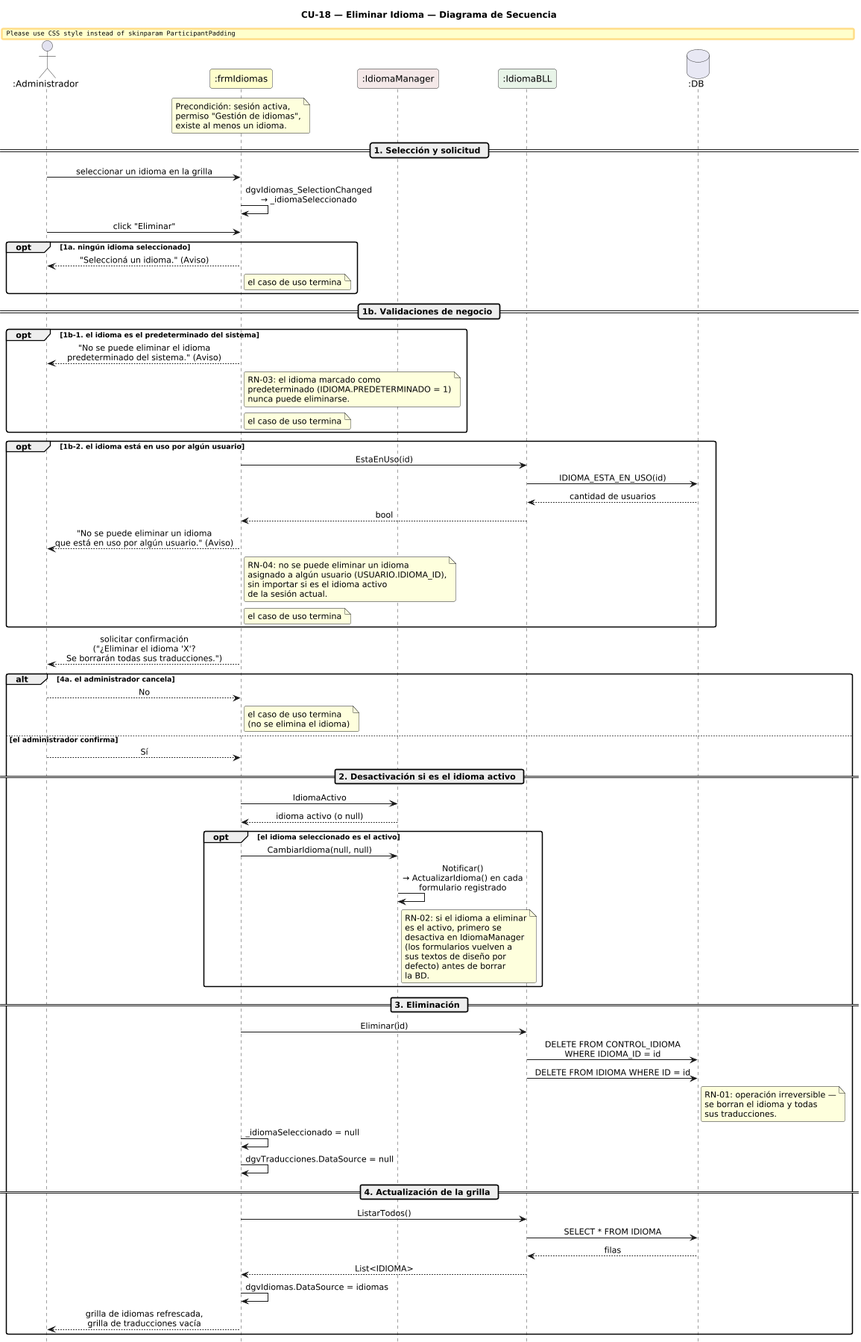
Before: DIAGRAMAS/DiagramaSecuencia_CU18_EliminarIdioma.png, a diagram exported from PlantUML (Jesifu/club-de-vinos-td).
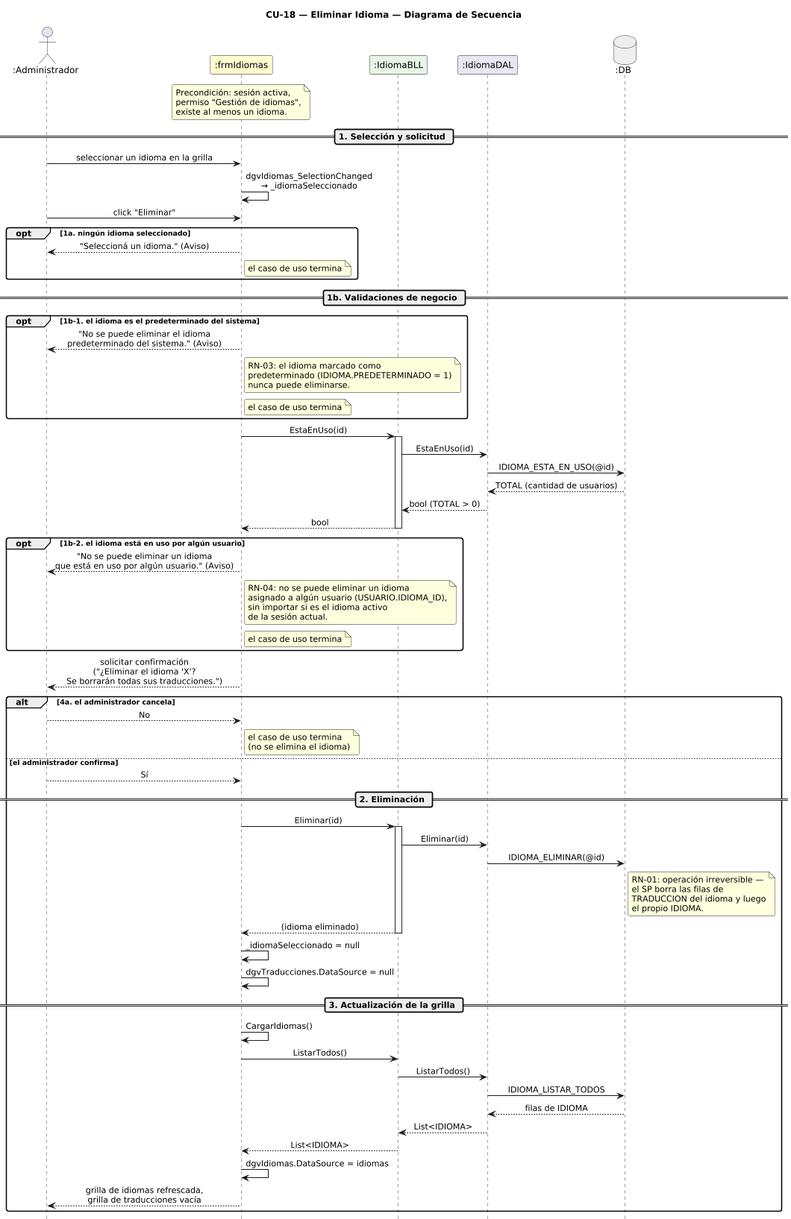
Later version of the same file.

What changed in the source:
```diff
@@ -5,16 +5,15 @@
 skinparam shadowing false
 skinparam roundcorner 6
 skinparam sequenceArrowThickness 1.2
-skinparam ParticipantPadding 14
 skinparam sequenceMessageAlign center
 hide footbox
 scale 0.85
 
 actor       ":Administrador" as A
 participant ":frmIdiomas"    as FI #FEFECE
-participant ":IdiomaManager" as IM #F4E8E8
 participant ":IdiomaBLL"     as IB #E8F4E8
-database    ":DB"            as DB #E8E8F4
+participant ":IdiomaDAL"     as IDD #E8E8F4
+database    ":DB"            as DB #EEEEEE
 
 note over FI
   Precondición: sesión activa,
@@ -46,12 +45,16 @@
   note right of FI : el caso de uso termina
 end
 
+FI -> IB : EstaEnUso(id)
+activate IB
+IB -> IDD : EstaEnUso(id)
+IDD -> DB : IDIOMA_ESTA_EN_USO(@id)
+DB --> IDD : TOTAL (cantidad de usuarios)
+IDD --> IB : bool (TOTAL > 0)
+IB --> FI : bool
+deactivate IB
+
 opt 1b-2. el idioma está en uso por algún usuario
-  FI -> IB : EstaEnUso(id)
-  IB -> DB : IDIOMA_ESTA_EN_USO(id)
-  DB --> IB : cantidad de usuarios
-  IB --> FI : bool
-
   FI --> A : "No se puede eliminar un idioma\nque está en uso por algún usuario." (Aviso)
   note right of FI
     RN-04: no se puede eliminar un idioma
@@ -71,44 +74,32 @@
 else el administrador confirma
   A --> FI : Sí
 
-  == 2. Desactivación si es el idioma activo ==
-
-  FI -> IM : IdiomaActivo
-  IM --> FI : idioma activo (o null)
-
-  opt el idioma seleccionado es el activo
-    FI -> IM : CambiarIdioma(null, null)
-    IM -> IM : Notificar()\n→ ActualizarIdioma() en cada\nformulario registrado
-    note right of IM
-      RN-02: si el idioma a eliminar
-      es el activo, primero se
-      desactiva en IdiomaManager
-      (los formularios vuelven a
-      sus textos de diseño por
-      defecto) antes de borrar
-      la BD.
-    end note
-  end
-
-  == 3. Eliminación ==
+  == 2. Eliminación ==
 
   FI -> IB : Eliminar(id)
-  IB -> DB : DELETE FROM CONTROL_IDIOMA\nWHERE IDIOMA_ID = id
-  IB -> DB : DELETE FROM IDIOMA WHERE ID = id
+  activate IB
+  IB -> IDD : Eliminar(id)
+  IDD -> DB : IDIOMA_ELIMINAR(@id)
   note right of DB
     RN-01: operación irreversible —
-    se borran el idioma y todas
-    sus traducciones.
+    el SP borra las filas de
+    TRADUCCION del idioma y luego
+    el propio IDIOMA.
   end note
+  IB --> FI : (idioma eliminado)
+  deactivate IB
 
   FI -> FI : _idiomaSeleccionado = null
   FI -> FI : dgvTraducciones.DataSource = null
 
-  == 4. Actualización de la grilla ==
+  == 3. Actualización de la grilla ==
 
+  FI -> FI : CargarIdiomas()
   FI -> IB : ListarTodos()
-  IB -> DB : SELECT * FROM IDIOMA
-  DB --> IB : filas
+  IB -> IDD : ListarTodos()
+  IDD -> DB : IDIOMA_LISTAR_TODOS
+  DB --> IDD : filas de IDIOMA
+  IDD --> IB : List<IDIOMA>
   IB --> FI : List<IDIOMA>
   FI -> FI : dgvIdiomas.DataSource = idiomas
   FI --> A : grilla de idiomas refrescada,\ngrilla de traducciones vacía
```
